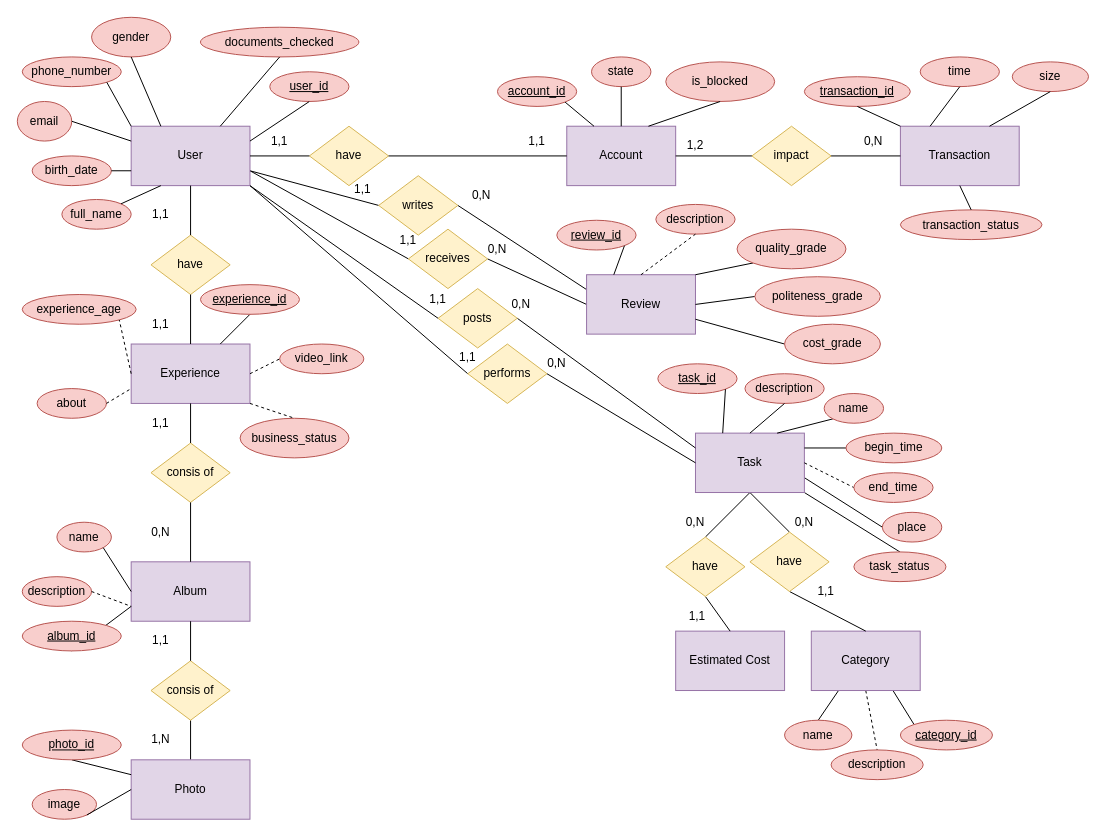
This is page "Страница 1" (1 of 2) of concept.drawio from Shennor/youdoDB, a draw.io file, before an edit. Source tidied: cells renumbered, new cells numbered last; positions are measured from the earlier drawing's top-left corner, leaving out a move shared by most shapes. Both pictures are drawn from the tidied source at 99%, with x=0, y=0 at pixel (17, 17).
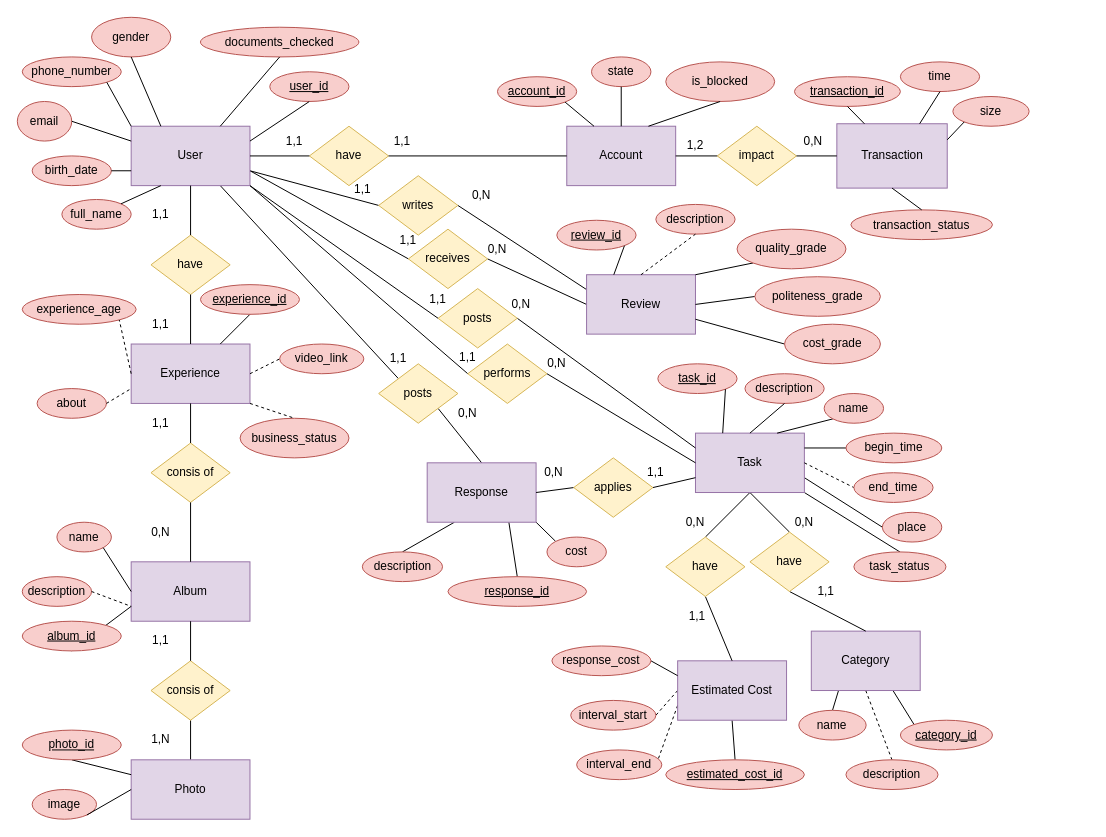
After the change.

Unchanged cells that the change refers to:
```xml
<mxCell id="6" value="User" style="rounded=0;whiteSpace=wrap;html=1;fillColor=#e1d5e7;strokeColor=#9673a6;" parent="1" vertex="1">
  <mxGeometry x="115" y="110" width="120" height="60" as="geometry" />
</mxCell>
<mxCell id="109" value="Task" style="rounded=0;whiteSpace=wrap;html=1;fillColor=#e1d5e7;strokeColor=#9673a6;" parent="1" vertex="1">
  <mxGeometry x="685" y="420" width="110" height="60" as="geometry" />
</mxCell>
```

The edit, as a diff of the source:
```diff
@@
     <mxCell id="2" value="Transaction" style="rounded=0;whiteSpace=wrap;html=1;fillColor=#e1d5e7;strokeColor=#9673a6;" parent="1" vertex="1">
-      <mxGeometry x="892" y="110" width="120" height="60" as="geometry" />
+      <mxGeometry x="827.8" y="107.5" width="111.5" height="65" as="geometry" />
     </mxCell>
@@
+    <mxCell id="147" style="edgeStyle=none;shape=connector;rounded=0;jettySize=auto;html=1;exitX=0.75;exitY=1;exitDx=0;exitDy=0;entryX=0;entryY=0;entryDx=0;entryDy=0;labelBackgroundColor=default;strokeColor=default;fontFamily=Helvetica;fontSize=11;fontColor=default;endArrow=none;endFill=0;" parent="1" edge="1" source="6" target="161">
+      <mxGeometry relative="1" as="geometry" />
+    </mxCell>
@@
     <mxCell id="11" value="impact" style="rhombus;whiteSpace=wrap;html=1;fillColor=#fff2cc;strokeColor=#d6b656;" parent="1" vertex="1">
-      <mxGeometry x="742" y="110" width="80" height="60" as="geometry" />
+      <mxGeometry x="707" y="110" width="80" height="60" as="geometry" />
     </mxCell>
@@
     <mxCell id="20" value="0,N" style="text;html=1;strokeColor=none;fillColor=none;align=center;verticalAlign=middle;whiteSpace=wrap;rounded=0;" parent="1" vertex="1">
-      <mxGeometry x="845" y="115" width="40" height="20" as="geometry" />
+      <mxGeometry x="783.5" y="115" width="40" height="20" as="geometry" />
     </mxCell>
@@
     <mxCell id="22" value="1,1" style="text;html=1;strokeColor=none;fillColor=none;align=center;verticalAlign=middle;whiteSpace=wrap;rounded=0;" parent="1" vertex="1">
-      <mxGeometry x="245" y="115" width="40" height="20" as="geometry" />
+      <mxGeometry x="260" y="115" width="40" height="20" as="geometry" />
     </mxCell>
     <mxCell id="23" value="1,1" style="text;html=1;strokeColor=none;fillColor=none;align=center;verticalAlign=middle;whiteSpace=wrap;rounded=0;" parent="1" vertex="1">
-      <mxGeometry x="505" y="115" width="40" height="20" as="geometry" />
+      <mxGeometry x="369" y="115" width="40" height="20" as="geometry" />
     </mxCell>
@@
     <mxCell id="28" value="transaction_status" style="ellipse;whiteSpace=wrap;html=1;fillColor=#f8cecc;strokeColor=#b85450;" parent="1" vertex="1">
-      <mxGeometry x="892" y="194.5" width="143" height="30" as="geometry" />
+      <mxGeometry x="842" y="194.5" width="143" height="30" as="geometry" />
     </mxCell>
     <mxCell id="29" value="time" style="ellipse;whiteSpace=wrap;html=1;fillColor=#f8cecc;strokeColor=#b85450;" parent="1" vertex="1">
-      <mxGeometry x="912" y="40" width="80" height="30" as="geometry" />
+      <mxGeometry x="892" y="45" width="80" height="30" as="geometry" />
     </mxCell>
     <mxCell id="30" value="&lt;u&gt;transaction_id&lt;/u&gt;" style="ellipse;whiteSpace=wrap;html=1;fillColor=#f8cecc;strokeColor=#b85450;" parent="1" vertex="1">
-      <mxGeometry x="795" y="60" width="107" height="30" as="geometry" />
+      <mxGeometry x="785" y="60" width="107" height="30" as="geometry" />
     </mxCell>
@@
     <mxCell id="34" value="size" style="ellipse;whiteSpace=wrap;html=1;fillColor=#f8cecc;strokeColor=#b85450;" parent="1" vertex="1">
-      <mxGeometry x="1005" y="45" width="77" height="30" as="geometry" />
+      <mxGeometry x="945" y="80" width="77" height="30" as="geometry" />
     </mxCell>
@@
-    <mxCell id="45" style="endArrow=none;html=1;entryX=0.5;entryY=1;entryDx=0;entryDy=0;exitX=0.75;exitY=0;exitDx=0;exitDy=0;" parent="1" edge="1" source="2" target="34">
+    <mxCell id="45" style="endArrow=none;html=1;entryX=0;entryY=1;entryDx=0;entryDy=0;exitX=1;exitY=0.25;exitDx=0;exitDy=0;" parent="1" edge="1" source="2" target="34">
       <mxGeometry relative="1" as="geometry" />
     </mxCell>
-    <mxCell id="46" style="endArrow=none;html=1;entryX=0.5;entryY=1;entryDx=0;entryDy=0;exitX=0.25;exitY=0;exitDx=0;exitDy=0;" parent="1" edge="1" source="2" target="29">
+    <mxCell id="46" style="endArrow=none;html=1;entryX=0.5;entryY=1;entryDx=0;entryDy=0;exitX=0.75;exitY=0;exitDx=0;exitDy=0;" parent="1" edge="1" source="2" target="29">
       <mxGeometry relative="1" as="geometry" />
     </mxCell>
-    <mxCell id="47" style="endArrow=none;html=1;entryX=0.5;entryY=1;entryDx=0;entryDy=0;exitX=0;exitY=0;exitDx=0;exitDy=0;" parent="1" edge="1" source="2" target="30">
+    <mxCell id="47" style="endArrow=none;html=1;entryX=0.5;entryY=1;entryDx=0;entryDy=0;exitX=0.25;exitY=0;exitDx=0;exitDy=0;" parent="1" edge="1" source="2" target="30">
       <mxGeometry relative="1" as="geometry" />
     </mxCell>
@@
+    <mxCell id="148" style="edgeStyle=none;shape=connector;rounded=0;jettySize=auto;html=1;exitX=0.5;exitY=1;exitDx=0;exitDy=0;entryX=0.5;entryY=0;entryDx=0;entryDy=0;labelBackgroundColor=default;strokeColor=default;fontFamily=Helvetica;fontSize=11;fontColor=default;endArrow=none;endFill=0;" parent="1" edge="1" source="139" target="152">
+      <mxGeometry relative="1" as="geometry" />
+    </mxCell>
+    <mxCell id="149" style="edgeStyle=none;shape=connector;rounded=0;jettySize=auto;html=1;exitX=0;exitY=0.75;exitDx=0;exitDy=0;entryX=0.956;entryY=0.323;entryDx=0;entryDy=0;entryPerimeter=0;dashed=1;labelBackgroundColor=default;strokeColor=default;fontFamily=Helvetica;fontSize=11;fontColor=default;endArrow=none;endFill=0;" parent="1" edge="1" source="139" target="153">
+      <mxGeometry relative="1" as="geometry" />
+    </mxCell>
+    <mxCell id="150" style="edgeStyle=none;shape=connector;rounded=0;jettySize=auto;html=1;exitX=0;exitY=0.5;exitDx=0;exitDy=0;entryX=1;entryY=0.5;entryDx=0;entryDy=0;dashed=1;labelBackgroundColor=default;strokeColor=default;fontFamily=Helvetica;fontSize=11;fontColor=default;endArrow=none;endFill=0;" parent="1" edge="1" source="139" target="151">
+      <mxGeometry relative="1" as="geometry" />
+    </mxCell>
     <mxCell id="139" value="Estimated Cost" style="rounded=0;whiteSpace=wrap;html=1;fillColor=#e1d5e7;strokeColor=#9673a6;" parent="1" vertex="1">
-      <mxGeometry x="665" y="620" width="110" height="60" as="geometry" />
+      <mxGeometry x="667" y="650" width="110" height="60" as="geometry" />
     </mxCell>
@@
     <mxCell id="145" value="name" style="ellipse;whiteSpace=wrap;html=1;fillColor=#f8cecc;strokeColor=#b85450;" parent="1" vertex="1">
-      <mxGeometry x="775" y="710" width="68" height="30" as="geometry" />
+      <mxGeometry x="789.4" y="700" width="68" height="30" as="geometry" />
     </mxCell>
     <mxCell id="146" value="description" style="ellipse;whiteSpace=wrap;html=1;fillColor=#f8cecc;strokeColor=#b85450;" parent="1" vertex="1">
-      <mxGeometry x="822" y="740" width="93" height="30" as="geometry" />
+      <mxGeometry x="837" y="750" width="93" height="30" as="geometry" />
     </mxCell>
+    <mxCell id="151" value="interval_start" style="ellipse;whiteSpace=wrap;html=1;fillColor=#f8cecc;strokeColor=#b85450;" parent="1" vertex="1">
+      <mxGeometry x="559" y="690" width="86" height="30" as="geometry" />
+    </mxCell>
+    <mxCell id="152" value="&lt;u&gt;estimated_cost_id&lt;/u&gt;" style="ellipse;whiteSpace=wrap;html=1;fillColor=#f8cecc;strokeColor=#b85450;" parent="1" vertex="1">
+      <mxGeometry x="655" y="750" width="140" height="30" as="geometry" />
+    </mxCell>
+    <mxCell id="153" value="interval_end" style="ellipse;whiteSpace=wrap;html=1;fillColor=#f8cecc;strokeColor=#b85450;" parent="1" vertex="1">
+      <mxGeometry x="565" y="740" width="86" height="30" as="geometry" />
+    </mxCell>
+    <mxCell id="154" style="edgeStyle=none;shape=connector;rounded=0;jettySize=auto;html=1;exitX=1;exitY=0.5;exitDx=0;exitDy=0;entryX=0;entryY=0.25;entryDx=0;entryDy=0;labelBackgroundColor=default;strokeColor=default;fontFamily=Helvetica;fontSize=11;fontColor=default;endArrow=none;endFill=0;" parent="1" edge="1" source="155" target="139">
+      <mxGeometry relative="1" as="geometry" />
+    </mxCell>
+    <mxCell id="155" value="response_cost" style="ellipse;whiteSpace=wrap;html=1;fillColor=#f8cecc;strokeColor=#b85450;" parent="1" vertex="1">
+      <mxGeometry x="540" y="635" width="100" height="30" as="geometry" />
+    </mxCell>
+    <mxCell id="156" style="edgeStyle=none;shape=connector;rounded=0;jettySize=auto;html=1;exitX=0.5;exitY=0;exitDx=0;exitDy=0;entryX=1;entryY=1;entryDx=0;entryDy=0;labelBackgroundColor=default;strokeColor=default;fontFamily=Helvetica;fontSize=11;fontColor=default;endArrow=none;endFill=0;" parent="1" edge="1" source="160" target="161">
+      <mxGeometry relative="1" as="geometry" />
+    </mxCell>
+    <mxCell id="157" style="edgeStyle=none;shape=connector;rounded=0;jettySize=auto;html=1;exitX=1;exitY=1;exitDx=0;exitDy=0;entryX=0;entryY=0;entryDx=0;entryDy=0;labelBackgroundColor=default;strokeColor=default;fontFamily=Helvetica;fontSize=11;fontColor=default;endArrow=none;endFill=0;" parent="1" edge="1" source="160" target="170">
+      <mxGeometry relative="1" as="geometry" />
+    </mxCell>
+    <mxCell id="158" style="edgeStyle=none;shape=connector;rounded=0;jettySize=auto;html=1;exitX=0.75;exitY=1;exitDx=0;exitDy=0;entryX=0.5;entryY=0;entryDx=0;entryDy=0;labelBackgroundColor=default;strokeColor=default;fontFamily=Helvetica;fontSize=11;fontColor=default;endArrow=none;endFill=0;" parent="1" edge="1" source="160" target="169">
+      <mxGeometry relative="1" as="geometry" />
+    </mxCell>
+    <mxCell id="159" style="edgeStyle=none;shape=connector;rounded=0;jettySize=auto;html=1;exitX=0.25;exitY=1;exitDx=0;exitDy=0;entryX=0.5;entryY=0;entryDx=0;entryDy=0;labelBackgroundColor=default;strokeColor=default;fontFamily=Helvetica;fontSize=11;fontColor=default;endArrow=none;endFill=0;" parent="1" edge="1" source="160" target="172">
+      <mxGeometry relative="1" as="geometry" />
+    </mxCell>
+    <mxCell id="160" value="Response" style="rounded=0;whiteSpace=wrap;html=1;fillColor=#e1d5e7;strokeColor=#9673a6;" parent="1" vertex="1">
+      <mxGeometry x="414" y="450" width="110" height="60" as="geometry" />
+    </mxCell>
+    <mxCell id="161" value="posts" style="rhombus;whiteSpace=wrap;html=1;fillColor=#fff2cc;strokeColor=#d6b656;" parent="1" vertex="1">
+      <mxGeometry x="365" y="350" width="80" height="60" as="geometry" />
+    </mxCell>
+    <mxCell id="162" style="edgeStyle=none;shape=connector;rounded=0;jettySize=auto;html=1;exitX=1;exitY=0.5;exitDx=0;exitDy=0;entryX=0;entryY=0.75;entryDx=0;entryDy=0;labelBackgroundColor=default;strokeColor=default;fontFamily=Helvetica;fontSize=11;fontColor=default;endArrow=none;endFill=0;" parent="1" edge="1" source="164" target="109">
+      <mxGeometry relative="1" as="geometry" />
+    </mxCell>
+    <mxCell id="163" style="edgeStyle=none;shape=connector;rounded=0;jettySize=auto;html=1;exitX=0;exitY=0.5;exitDx=0;exitDy=0;entryX=1;entryY=0.5;entryDx=0;entryDy=0;labelBackgroundColor=default;strokeColor=default;fontFamily=Helvetica;fontSize=11;fontColor=default;endArrow=none;endFill=0;" parent="1" edge="1" source="164" target="160">
+      <mxGeometry relative="1" as="geometry" />
+    </mxCell>
+    <mxCell id="164" value="applies" style="rhombus;whiteSpace=wrap;html=1;fillColor=#fff2cc;strokeColor=#d6b656;" parent="1" vertex="1">
+      <mxGeometry x="562" y="445" width="80" height="60" as="geometry" />
+    </mxCell>
+    <mxCell id="165" value="1,1" style="text;html=1;strokeColor=none;fillColor=none;align=center;verticalAlign=middle;whiteSpace=wrap;rounded=0;" parent="1" vertex="1">
+      <mxGeometry x="625" y="450" width="40" height="20" as="geometry" />
+    </mxCell>
+    <mxCell id="166" value="0,N" style="text;html=1;strokeColor=none;fillColor=none;align=center;verticalAlign=middle;whiteSpace=wrap;rounded=0;" parent="1" vertex="1">
+      <mxGeometry x="522" y="450" width="40" height="20" as="geometry" />
+    </mxCell>
+    <mxCell id="167" value="0,N" style="text;html=1;strokeColor=none;fillColor=none;align=center;verticalAlign=middle;whiteSpace=wrap;rounded=0;" parent="1" vertex="1">
+      <mxGeometry x="435" y="390" width="40" height="20" as="geometry" />
+    </mxCell>
+    <mxCell id="168" value="1,1" style="text;html=1;strokeColor=none;fillColor=none;align=center;verticalAlign=middle;whiteSpace=wrap;rounded=0;" parent="1" vertex="1">
+      <mxGeometry x="365" y="335" width="40" height="20" as="geometry" />
+    </mxCell>
+    <mxCell id="169" value="&lt;u&gt;response_id&lt;/u&gt;" style="ellipse;whiteSpace=wrap;html=1;fillColor=#f8cecc;strokeColor=#b85450;" parent="1" vertex="1">
+      <mxGeometry x="435" y="565" width="140" height="30" as="geometry" />
+    </mxCell>
+    <mxCell id="170" value="cost" style="ellipse;whiteSpace=wrap;html=1;fillColor=#f8cecc;strokeColor=#b85450;" parent="1" vertex="1">
+      <mxGeometry x="535" y="525" width="60" height="30" as="geometry" />
+    </mxCell>
+    <mxCell id="171" style="edgeStyle=none;shape=connector;rounded=0;orthogonalLoop=1;jettySize=auto;html=1;exitX=1;exitY=0.5;exitDx=0;exitDy=0;labelBackgroundColor=default;strokeColor=default;fontFamily=Helvetica;fontSize=11;fontColor=default;endArrow=none;endFill=0;" parent="1" edge="1" source="170" target="170">
+      <mxGeometry relative="1" as="geometry" />
+    </mxCell>
+    <mxCell id="172" value="description" style="ellipse;whiteSpace=wrap;html=1;fillColor=#f8cecc;strokeColor=#b85450;" parent="1" vertex="1">
+      <mxGeometry x="348.5" y="540" width="81" height="30" as="geometry" />
+    </mxCell>
```
